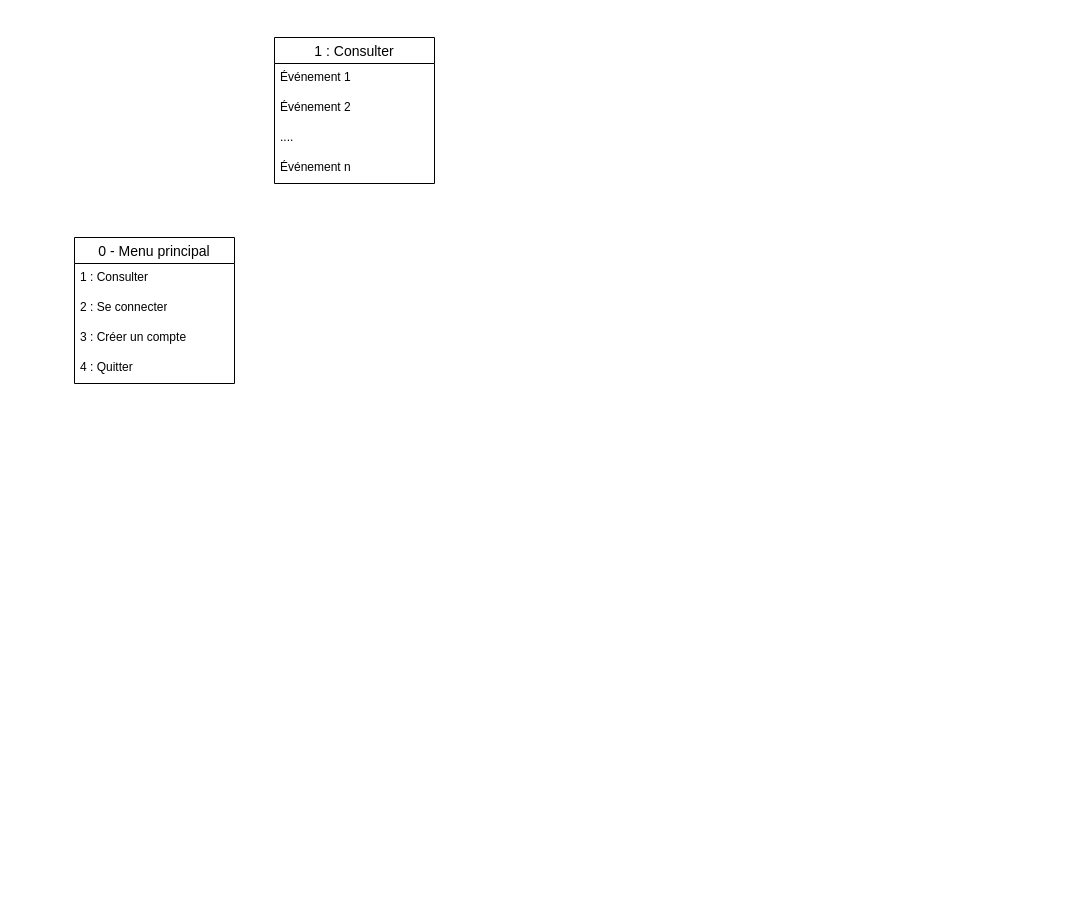
khalidjerrari/ENSAI-Projet-info-2A keeps this draw.io diagram as doc/menu.drawio. Above is the earlier version. Source tidied: cells renumbered, new cells numbered last; positions are measured from the earlier drawing's top-left corner, leaving out a move shared by most shapes. Both pictures are drawn from the tidied source at 100%, with x=0, y=0 at pixel (74, 37).
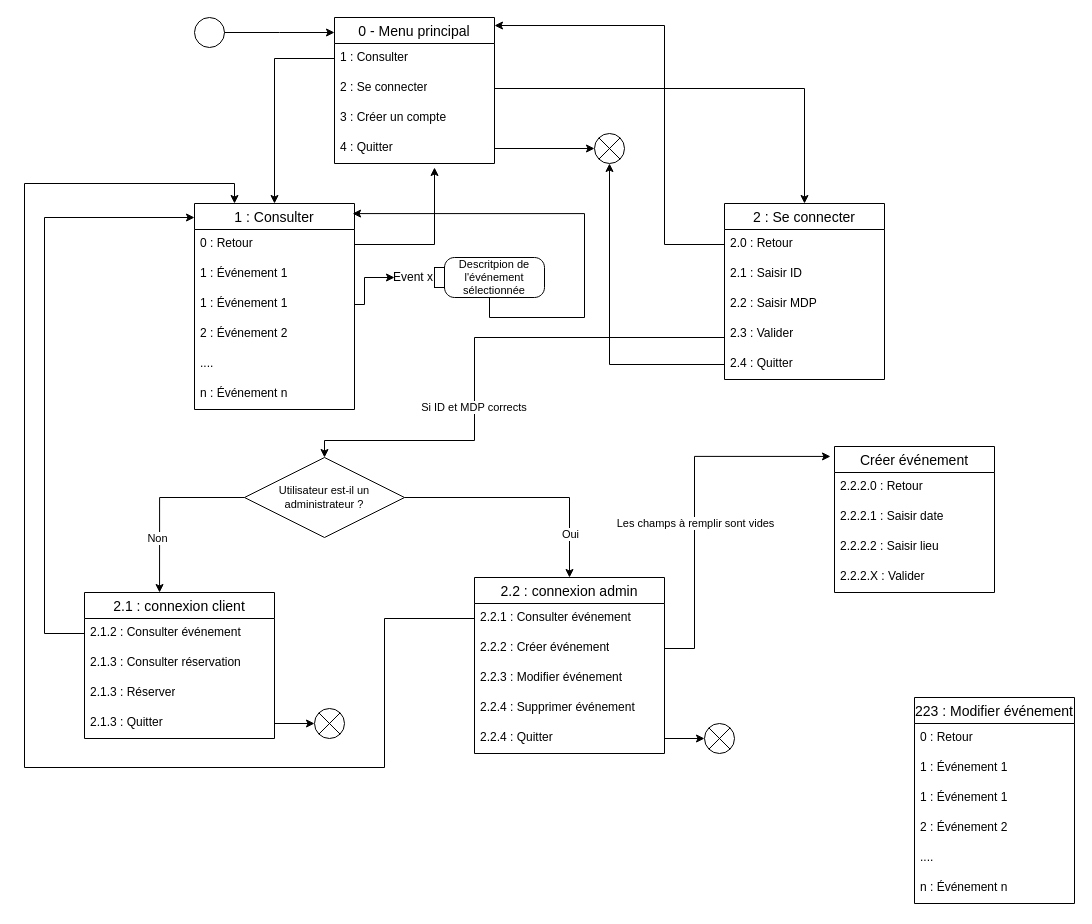
The same page after the edit.

Commit message (it also covers changes not shown here):
Mettre à jour menu.drawio

The change refers to these unchanged cells:
```xml
<mxCell id="3" value="1 : Consulter" style="text;strokeColor=none;fillColor=none;spacingLeft=4;spacingRight=4;overflow=hidden;points=[[0,0.5],[1,0.5]];portConstraint=eastwest;fontSize=12;whiteSpace=wrap;html=1;" parent="2" vertex="1">
  <mxGeometry y="26" width="160" height="30" as="geometry" />
</mxCell>
<mxCell id="4" value="2 : Se connecter" style="text;strokeColor=none;fillColor=none;spacingLeft=4;spacingRight=4;overflow=hidden;points=[[0,0.5],[1,0.5]];portConstraint=eastwest;fontSize=12;whiteSpace=wrap;html=1;" parent="2" vertex="1">
  <mxGeometry y="56" width="160" height="30" as="geometry" />
</mxCell>
<mxCell id="6" value="4 : Quitter" style="text;strokeColor=none;fillColor=none;spacingLeft=4;spacingRight=4;overflow=hidden;points=[[0,0.5],[1,0.5]];portConstraint=eastwest;fontSize=12;whiteSpace=wrap;html=1;" parent="2" vertex="1">
  <mxGeometry y="116" width="160" height="30" as="geometry" />
</mxCell>
```

Change to the diagram source:
```diff
@@
     <mxCell id="2" value="0 - Menu principal" style="swimlane;fontStyle=0;horizontal=1;startSize=26;align=center;fontSize=14;" parent="1" vertex="1">
-      <mxGeometry y="200" width="160" height="146" as="geometry" />
+      <mxGeometry x="260" y="-20" width="160" height="146" as="geometry" />
     </mxCell>
@@
     <mxCell id="7" value="1 : Consulter" style="swimlane;fontStyle=0;horizontal=1;startSize=26;align=center;fontSize=14;" parent="1" vertex="1">
-      <mxGeometry x="200" width="160" height="146" as="geometry" />
+      <mxGeometry x="120" y="166" width="160" height="206" as="geometry" />
     </mxCell>
+    <mxCell id="12" value="0 : Retour" style="text;strokeColor=none;fillColor=none;spacingLeft=4;spacingRight=4;overflow=hidden;points=[[0,0.5],[1,0.5]];portConstraint=eastwest;fontSize=12;whiteSpace=wrap;html=1;" parent="7" vertex="1">
+      <mxGeometry y="26" width="160" height="30" as="geometry" />
+    </mxCell>
+    <mxCell id="13" value="1 : Événement 1" style="text;strokeColor=none;fillColor=none;spacingLeft=4;spacingRight=4;overflow=hidden;fontSize=12;whiteSpace=wrap;html=1;" parent="7" vertex="1">
+      <mxGeometry y="56" width="160" height="30" as="geometry" />
+    </mxCell>
-    <mxCell id="8" value="Événement 1" style="text;strokeColor=none;fillColor=none;spacingLeft=4;spacingRight=4;overflow=hidden;points=[[0,0.5],[1,0.5]];portConstraint=eastwest;fontSize=12;whiteSpace=wrap;html=1;" parent="7" vertex="1">
-      <mxGeometry y="26" width="160" height="30" as="geometry" />
+    <mxCell id="8" value="1 : Événement 1" style="text;strokeColor=none;fillColor=none;spacingLeft=4;spacingRight=4;overflow=hidden;points=[[0,0.5],[1,0.5]];portConstraint=eastwest;fontSize=12;whiteSpace=wrap;html=1;" parent="7" vertex="1">
+      <mxGeometry y="86" width="160" height="30" as="geometry" />
     </mxCell>
-    <mxCell id="9" value="Événement 2" style="text;strokeColor=none;fillColor=none;spacingLeft=4;spacingRight=4;overflow=hidden;fontSize=12;whiteSpace=wrap;html=1;" parent="7" vertex="1">
-      <mxGeometry y="56" width="160" height="30" as="geometry" />
+    <mxCell id="9" value="2 : Événement 2" style="text;strokeColor=none;fillColor=none;spacingLeft=4;spacingRight=4;overflow=hidden;fontSize=12;whiteSpace=wrap;html=1;" parent="7" vertex="1">
+      <mxGeometry y="116" width="160" height="30" as="geometry" />
     </mxCell>
     <mxCell id="10" value="...." style="text;strokeColor=none;fillColor=none;spacingLeft=4;spacingRight=4;overflow=hidden;fontSize=12;whiteSpace=wrap;html=1;" parent="7" vertex="1">
-      <mxGeometry y="86" width="160" height="30" as="geometry" />
+      <mxGeometry y="146" width="160" height="30" as="geometry" />
     </mxCell>
-    <mxCell id="11" value="Événement n" style="text;strokeColor=none;fillColor=none;spacingLeft=4;spacingRight=4;overflow=hidden;fontSize=12;whiteSpace=wrap;html=1;" parent="7" vertex="1">
-      <mxGeometry y="116" width="160" height="30" as="geometry" />
+    <mxCell id="11" value="n : Événement n" style="text;strokeColor=none;fillColor=none;spacingLeft=4;spacingRight=4;overflow=hidden;fontSize=12;whiteSpace=wrap;html=1;" parent="7" vertex="1">
+      <mxGeometry y="176" width="160" height="30" as="geometry" />
     </mxCell>
+    <mxCell id="14" value="2 : Se connecter" style="swimlane;fontStyle=0;horizontal=1;startSize=26;align=center;fontSize=14;" parent="1" vertex="1">
+      <mxGeometry x="650" y="166" width="160" height="176" as="geometry" />
+    </mxCell>
+    <mxCell id="15" value="2.0 : Retour" style="text;strokeColor=none;fillColor=none;spacingLeft=4;spacingRight=4;overflow=hidden;points=[[0,0.5],[1,0.5]];portConstraint=eastwest;fontSize=12;whiteSpace=wrap;html=1;" parent="14" vertex="1">
+      <mxGeometry y="26" width="160" height="30" as="geometry" />
+    </mxCell>
+    <mxCell id="16" value="2.1 : Saisir ID" style="text;strokeColor=none;fillColor=none;spacingLeft=4;spacingRight=4;overflow=hidden;fontSize=12;whiteSpace=wrap;html=1;" parent="14" vertex="1">
+      <mxGeometry y="56" width="160" height="30" as="geometry" />
+    </mxCell>
+    <mxCell id="17" value="2.2 : Saisir MDP" style="text;strokeColor=none;fillColor=none;spacingLeft=4;spacingRight=4;overflow=hidden;fontSize=12;whiteSpace=wrap;html=1;" parent="14" vertex="1">
+      <mxGeometry y="86" width="160" height="30" as="geometry" />
+    </mxCell>
+    <mxCell id="18" value="2.3 : Valider" style="text;strokeColor=none;fillColor=none;spacingLeft=4;spacingRight=4;overflow=hidden;fontSize=12;whiteSpace=wrap;html=1;" parent="14" vertex="1">
+      <mxGeometry y="116" width="160" height="30" as="geometry" />
+    </mxCell>
+    <mxCell id="19" value="2.4 : Quitter" style="text;strokeColor=none;fillColor=none;spacingLeft=4;spacingRight=4;overflow=hidden;points=[[0,0.5],[1,0.5]];portConstraint=eastwest;fontSize=12;whiteSpace=wrap;html=1;" parent="14" vertex="1">
+      <mxGeometry y="146" width="160" height="30" as="geometry" />
+    </mxCell>
+    <mxCell id="20" value="2.1 : connexion client" style="swimlane;fontStyle=0;horizontal=1;startSize=26;align=center;fontSize=14;" parent="1" vertex="1">
+      <mxGeometry x="10" y="555" width="190" height="146" as="geometry" />
+    </mxCell>
+    <mxCell id="21" value="2.1.2 : Consulter événement" style="text;strokeColor=none;fillColor=none;spacingLeft=4;spacingRight=4;overflow=hidden;points=[[0,0.5],[1,0.5]];portConstraint=eastwest;fontSize=12;whiteSpace=wrap;html=1;" parent="20" vertex="1">
+      <mxGeometry y="26" width="190" height="30" as="geometry" />
+    </mxCell>
+    <mxCell id="22" value="2.1.3 : Consulter réservation" style="text;strokeColor=none;fillColor=none;spacingLeft=4;spacingRight=4;overflow=hidden;fontSize=12;whiteSpace=wrap;html=1;" parent="20" vertex="1">
+      <mxGeometry y="56" width="190" height="30" as="geometry" />
+    </mxCell>
+    <mxCell id="23" value="2.1.3 : Réserver" style="text;strokeColor=none;fillColor=none;spacingLeft=4;spacingRight=4;overflow=hidden;fontSize=12;whiteSpace=wrap;html=1;" parent="20" vertex="1">
+      <mxGeometry y="86" width="190" height="30" as="geometry" />
+    </mxCell>
+    <mxCell id="24" value="2.1.3 : Quitter" style="text;strokeColor=none;fillColor=none;spacingLeft=4;spacingRight=4;overflow=hidden;points=[[0,0.5],[1,0.5]];portConstraint=eastwest;fontSize=12;whiteSpace=wrap;html=1;" parent="20" vertex="1">
+      <mxGeometry y="116" width="190" height="30" as="geometry" />
+    </mxCell>
+    <mxCell id="25" style="edgeStyle=orthogonalEdgeStyle;rounded=0;jettySize=auto;html=1;" parent="1" edge="1" source="4" target="14">
+      <mxGeometry relative="1" as="geometry" />
+    </mxCell>
+    <mxCell id="26" value="2.2 : connexion admin" style="swimlane;fontStyle=0;horizontal=1;startSize=26;align=center;fontSize=14;" parent="1" vertex="1">
+      <mxGeometry x="400" y="540" width="190" height="176" as="geometry" />
+    </mxCell>
+    <mxCell id="27" value="2.2.1 : Consulter événement" style="text;strokeColor=none;fillColor=none;spacingLeft=4;spacingRight=4;overflow=hidden;points=[[0,0.5],[1,0.5]];portConstraint=eastwest;fontSize=12;whiteSpace=wrap;html=1;" parent="26" vertex="1">
+      <mxGeometry y="26" width="190" height="30" as="geometry" />
+    </mxCell>
+    <mxCell id="28" value="2.2.2 : Créer événement" style="text;strokeColor=none;fillColor=none;spacingLeft=4;spacingRight=4;overflow=hidden;points=[[0,0.5],[1,0.5]];portConstraint=eastwest;fontSize=12;whiteSpace=wrap;html=1;" parent="26" vertex="1">
+      <mxGeometry y="56" width="190" height="30" as="geometry" />
+    </mxCell>
+    <mxCell id="29" value="2.2.3 : Modifier événement" style="text;strokeColor=none;fillColor=none;spacingLeft=4;spacingRight=4;overflow=hidden;fontSize=12;whiteSpace=wrap;html=1;" parent="26" vertex="1">
+      <mxGeometry y="86" width="190" height="30" as="geometry" />
+    </mxCell>
+    <mxCell id="30" value="2.2.4 : Supprimer événement" style="text;strokeColor=none;fillColor=none;spacingLeft=4;spacingRight=4;overflow=hidden;fontSize=12;whiteSpace=wrap;html=1;" parent="26" vertex="1">
+      <mxGeometry y="116" width="190" height="30" as="geometry" />
+    </mxCell>
+    <mxCell id="31" value="2.2.4 : Quitter" style="text;strokeColor=none;fillColor=none;spacingLeft=4;spacingRight=4;overflow=hidden;points=[[0,0.5],[1,0.5]];portConstraint=eastwest;fontSize=12;whiteSpace=wrap;html=1;" parent="26" vertex="1">
+      <mxGeometry y="146" width="190" height="30" as="geometry" />
+    </mxCell>
+    <mxCell id="32" style="shape=sumEllipse;perimeter=ellipsePerimeter;html=1;backgroundOutline=1;" parent="1" vertex="1">
+      <mxGeometry x="520" y="96" width="30" height="30" as="geometry" />
+    </mxCell>
+    <mxCell id="33" style="edgeStyle=orthogonalEdgeStyle;rounded=0;jettySize=auto;html=1;entryX=0;entryY=0.5;entryDx=0;entryDy=0;" parent="1" edge="1" source="6" target="32">
+      <mxGeometry relative="1" as="geometry" />
+    </mxCell>
+    <mxCell id="34" style="edgeStyle=orthogonalEdgeStyle;rounded=0;jettySize=auto;html=1;entryX=0.5;entryY=1;entryDx=0;entryDy=0;" parent="1" edge="1" source="19" target="32">
+      <mxGeometry relative="1" as="geometry" />
+    </mxCell>
+    <mxCell id="35" style="edgeStyle=orthogonalEdgeStyle;rounded=0;jettySize=auto;html=1;" parent="1" edge="1" source="12">
+      <mxGeometry relative="1" as="geometry">
+        <mxPoint x="360" y="130" as="targetPoint" />
+        <Array as="points">
+          <mxPoint x="360" y="207" />
+        </Array>
+      </mxGeometry>
+    </mxCell>
+    <mxCell id="36" style="edgeStyle=orthogonalEdgeStyle;rounded=0;jettySize=auto;html=1;entryX=0.5;entryY=0;entryDx=0;entryDy=0;" parent="1" edge="1" source="38" target="26">
+      <mxGeometry relative="1" as="geometry" />
+    </mxCell>
+    <mxCell id="37" value="Oui" style="edgeLabel;html=1;align=center;verticalAlign=middle;" parent="36" vertex="1">
+      <mxGeometry x="0.38" relative="1" as="geometry">
+        <mxPoint y="32" as="offset" />
+      </mxGeometry>
+    </mxCell>
+    <mxCell id="38" value="Utilisateur est-il un administrateur ?" style="shape=rhombus;perimeter=rhombusPerimeter;whiteSpace=wrap;html=1;align=center;fontSize=11;" parent="1" vertex="1">
+      <mxGeometry x="170" y="420" width="160" height="80" as="geometry" />
+    </mxCell>
+    <mxCell id="39" style="edgeStyle=orthogonalEdgeStyle;rounded=0;jettySize=auto;html=1;entryX=0.5;entryY=0;entryDx=0;entryDy=0;" parent="1" edge="1" target="38">
+      <mxGeometry relative="1" as="geometry">
+        <mxPoint x="650" y="280" as="sourcePoint" />
+        <Array as="points">
+          <mxPoint x="650" y="300" />
+          <mxPoint x="400" y="300" />
+          <mxPoint x="400" y="403" />
+          <mxPoint x="250" y="403" />
+        </Array>
+      </mxGeometry>
+    </mxCell>
+    <mxCell id="40" value="Si ID et MDP corrects&amp;nbsp;" style="edgeLabel;html=1;align=center;verticalAlign=middle;" parent="39" vertex="1">
+      <mxGeometry x="0.3" y="-1" relative="1" as="geometry">
+        <mxPoint x="1" y="-12" as="offset" />
+      </mxGeometry>
+    </mxCell>
+    <mxCell id="41" style="edgeStyle=orthogonalEdgeStyle;rounded=0;jettySize=auto;html=1;exitX=0;exitY=0.5;exitDx=0;exitDy=0;entryX=0.395;entryY=0;entryDx=0;entryDy=0;entryPerimeter=0;" parent="1" edge="1" source="38" target="20">
+      <mxGeometry relative="1" as="geometry" />
+    </mxCell>
+    <mxCell id="42" value="Non" style="edgeLabel;html=1;align=center;verticalAlign=middle;" parent="41" vertex="1">
+      <mxGeometry x="0.39" y="-3" relative="1" as="geometry" />
+    </mxCell>
+    <mxCell id="43" style="edgeStyle=orthogonalEdgeStyle;rounded=0;jettySize=auto;html=1;" parent="1" edge="1" source="21">
+      <mxGeometry relative="1" as="geometry">
+        <mxPoint x="120" y="180" as="targetPoint" />
+        <Array as="points">
+          <mxPoint x="-30" y="596" />
+          <mxPoint x="-30" y="180" />
+          <mxPoint x="120" y="180" />
+        </Array>
+      </mxGeometry>
+    </mxCell>
+    <mxCell id="44" style="edgeStyle=orthogonalEdgeStyle;rounded=0;jettySize=auto;html=1;exitX=0;exitY=0.5;exitDx=0;exitDy=0;" parent="1" edge="1" source="3" target="7">
+      <mxGeometry relative="1" as="geometry" />
+    </mxCell>
+    <mxCell id="45" style="edgeStyle=orthogonalEdgeStyle;rounded=0;jettySize=auto;html=1;entryX=0.25;entryY=0;entryDx=0;entryDy=0;exitX=0;exitY=0.5;exitDx=0;exitDy=0;" parent="1" edge="1" source="27" target="7">
+      <mxGeometry relative="1" as="geometry">
+        <Array as="points">
+          <mxPoint x="310" y="581" />
+          <mxPoint x="310" y="730" />
+          <mxPoint x="-50" y="730" />
+          <mxPoint x="-50" y="146" />
+          <mxPoint x="160" y="146" />
+        </Array>
+      </mxGeometry>
+    </mxCell>
+    <mxCell id="46" style="shape=sumEllipse;perimeter=ellipsePerimeter;html=1;backgroundOutline=1;" parent="1" vertex="1">
+      <mxGeometry x="240" y="671" width="30" height="30" as="geometry" />
+    </mxCell>
+    <mxCell id="47" style="shape=sumEllipse;perimeter=ellipsePerimeter;html=1;backgroundOutline=1;" parent="1" vertex="1">
+      <mxGeometry x="630" y="686" width="30" height="30" as="geometry" />
+    </mxCell>
+    <mxCell id="48" style="edgeStyle=orthogonalEdgeStyle;rounded=0;jettySize=auto;html=1;entryX=0;entryY=0.5;entryDx=0;entryDy=0;" parent="1" edge="1" source="31" target="47">
+      <mxGeometry relative="1" as="geometry" />
+    </mxCell>
+    <mxCell id="49" style="ellipse;" parent="1" vertex="1">
+      <mxGeometry x="120" y="-20" width="30" height="30" as="geometry" />
+    </mxCell>
+    <mxCell id="50" value="Descritpion de l'événement sélectionnée" style="shape=mxgraph.uml25.action;html=1;align=center;verticalAlign=middle;absoluteArcSize=1;arcSize=10;dashed=0;spacingLeft=10;flipH=1;whiteSpace=wrap;fontSize=11;" parent="1" vertex="1">
+      <mxGeometry x="360" y="220" width="110" height="40" as="geometry" />
+    </mxCell>
+    <mxCell id="51" value="Event x" style="text;verticalAlign=middle;align=right;html=1;" parent="50" vertex="1">
+      <mxGeometry x="-40" width="40" height="40" as="geometry" />
+    </mxCell>
+    <mxCell id="52" style="edgeStyle=orthogonalEdgeStyle;rounded=0;jettySize=auto;html=1;" parent="1" edge="1" source="8" target="51">
+      <mxGeometry relative="1" as="geometry">
+        <Array as="points">
+          <mxPoint x="290" y="267" />
+          <mxPoint x="290" y="240" />
+        </Array>
+      </mxGeometry>
+    </mxCell>
+    <mxCell id="53" style="edgeStyle=orthogonalEdgeStyle;rounded=0;jettySize=auto;html=1;entryX=0.988;entryY=0.049;entryDx=0;entryDy=0;entryPerimeter=0;" parent="1" edge="1" source="50" target="7">
+      <mxGeometry relative="1" as="geometry">
+        <Array as="points">
+          <mxPoint x="510" y="280" />
+          <mxPoint x="510" y="176" />
+        </Array>
+      </mxGeometry>
+    </mxCell>
+    <mxCell id="54" style="edgeStyle=orthogonalEdgeStyle;rounded=0;jettySize=auto;html=1;entryX=1;entryY=0.055;entryDx=0;entryDy=0;entryPerimeter=0;" parent="1" edge="1" source="15" target="2">
+      <mxGeometry relative="1" as="geometry">
+        <Array as="points">
+          <mxPoint x="590" y="207" />
+          <mxPoint x="590" y="-12" />
+        </Array>
+      </mxGeometry>
+    </mxCell>
+    <mxCell id="55" style="edgeStyle=orthogonalEdgeStyle;rounded=0;jettySize=auto;html=1;entryX=0;entryY=0.5;entryDx=0;entryDy=0;" parent="1" edge="1" source="24" target="46">
+      <mxGeometry relative="1" as="geometry" />
+    </mxCell>
+    <mxCell id="56" style="edgeStyle=orthogonalEdgeStyle;rounded=0;jettySize=auto;html=1;" parent="1" edge="1" source="49">
+      <mxGeometry relative="1" as="geometry">
+        <mxPoint x="260" y="-5" as="targetPoint" />
+      </mxGeometry>
+    </mxCell>
+    <mxCell id="57" value="Créer événement" style="swimlane;fontStyle=0;horizontal=1;startSize=26;align=center;fontSize=14;" parent="1" vertex="1">
+      <mxGeometry x="760" y="409" width="160" height="146" as="geometry" />
+    </mxCell>
+    <mxCell id="58" value="2.2.2.0 : Retour" style="text;strokeColor=none;fillColor=none;spacingLeft=4;spacingRight=4;overflow=hidden;fontSize=12;whiteSpace=wrap;html=1;" parent="57" vertex="1">
+      <mxGeometry y="26" width="160" height="30" as="geometry" />
+    </mxCell>
+    <mxCell id="59" value="2.2.2.1 : Saisir date" style="text;strokeColor=none;fillColor=none;spacingLeft=4;spacingRight=4;overflow=hidden;fontSize=12;whiteSpace=wrap;html=1;" parent="57" vertex="1">
+      <mxGeometry y="56" width="160" height="30" as="geometry" />
+    </mxCell>
+    <mxCell id="60" value="2.2.2.2 : Saisir lieu" style="text;strokeColor=none;fillColor=none;spacingLeft=4;spacingRight=4;overflow=hidden;fontSize=12;whiteSpace=wrap;html=1;" parent="57" vertex="1">
+      <mxGeometry y="86" width="160" height="30" as="geometry" />
+    </mxCell>
+    <mxCell id="61" value="&lt;div&gt;2.2.2.X : Valider&lt;/div&gt;" style="text;strokeColor=none;fillColor=none;spacingLeft=4;spacingRight=4;overflow=hidden;fontSize=12;whiteSpace=wrap;html=1;" parent="57" vertex="1">
+      <mxGeometry y="116" width="160" height="30" as="geometry" />
+    </mxCell>
+    <mxCell id="62" style="edgeStyle=orthogonalEdgeStyle;rounded=0;jettySize=auto;html=1;entryX=-0.025;entryY=0.068;entryDx=0;entryDy=0;entryPerimeter=0;" parent="1" edge="1" source="28" target="57">
+      <mxGeometry relative="1" as="geometry">
+        <Array as="points">
+          <mxPoint x="620" y="611" />
+          <mxPoint x="620" y="419" />
+        </Array>
+      </mxGeometry>
+    </mxCell>
+    <mxCell id="63" value="Les champs à remplir sont vides" style="edgeLabel;html=1;align=center;verticalAlign=middle;" parent="62" vertex="1">
+      <mxGeometry x="-0.13" relative="1" as="geometry" />
+    </mxCell>
+    <mxCell id="64" value="223 : Modifier événement" style="swimlane;fontStyle=0;horizontal=1;startSize=26;align=center;fontSize=14;" parent="1" vertex="1">
+      <mxGeometry x="840" y="660" width="160" height="206" as="geometry" />
+    </mxCell>
+    <mxCell id="65" value="0 : Retour" style="text;strokeColor=none;fillColor=none;spacingLeft=4;spacingRight=4;overflow=hidden;fontSize=12;whiteSpace=wrap;html=1;" parent="64" vertex="1">
+      <mxGeometry y="26" width="160" height="30" as="geometry" />
+    </mxCell>
+    <mxCell id="66" value="1 : Événement 1" style="text;strokeColor=none;fillColor=none;spacingLeft=4;spacingRight=4;overflow=hidden;fontSize=12;whiteSpace=wrap;html=1;" parent="64" vertex="1">
+      <mxGeometry y="56" width="160" height="30" as="geometry" />
+    </mxCell>
+    <mxCell id="67" value="1 : Événement 1" style="text;strokeColor=none;fillColor=none;spacingLeft=4;spacingRight=4;overflow=hidden;fontSize=12;whiteSpace=wrap;html=1;" parent="64" vertex="1">
+      <mxGeometry y="86" width="160" height="30" as="geometry" />
+    </mxCell>
+    <mxCell id="68" value="2 : Événement 2" style="text;strokeColor=none;fillColor=none;spacingLeft=4;spacingRight=4;overflow=hidden;fontSize=12;whiteSpace=wrap;html=1;" parent="64" vertex="1">
+      <mxGeometry y="116" width="160" height="30" as="geometry" />
+    </mxCell>
+    <mxCell id="69" value="...." style="text;strokeColor=none;fillColor=none;spacingLeft=4;spacingRight=4;overflow=hidden;fontSize=12;whiteSpace=wrap;html=1;" parent="64" vertex="1">
+      <mxGeometry y="146" width="160" height="30" as="geometry" />
+    </mxCell>
+    <mxCell id="70" value="n : Événement n" style="text;strokeColor=none;fillColor=none;spacingLeft=4;spacingRight=4;overflow=hidden;fontSize=12;whiteSpace=wrap;html=1;" parent="64" vertex="1">
+      <mxGeometry y="176" width="160" height="30" as="geometry" />
+    </mxCell>
```
